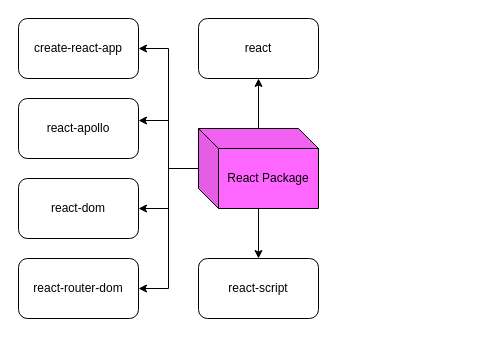
Earlier version of the draw.io diagram My Articles/react/React Packages.drawio (anbarasan-raji/books). Source tidied: cells renumbered, new cells numbered last; positions are measured from the earlier drawing's top-left corner, leaving out a move shared by most shapes. Both pictures are drawn from the tidied source at 100%, with x=0, y=0 at pixel (18, 18).
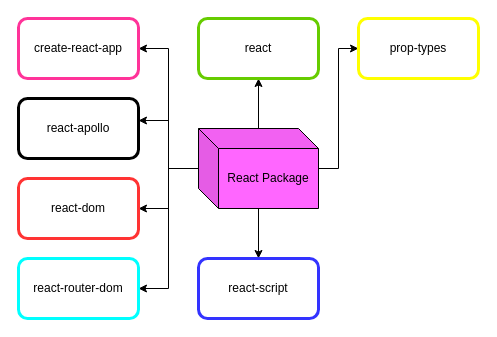
The same page after the edit.

Commit message (it also covers changes not shown here):
React study

The edit, as a diff of the source:
```diff
@@
 <mxGraphModel>
   <root>
     <mxCell id="0" />
     <mxCell id="1" parent="0" />
     <mxCell id="2" style="edgeStyle=orthogonalEdgeStyle;rounded=0;jettySize=auto;html=1;entryX=0.5;entryY=1;entryDx=0;entryDy=0;" parent="1" edge="1" source="8" target="14">
       <mxGeometry relative="1" as="geometry" />
     </mxCell>
     <mxCell id="3" style="edgeStyle=orthogonalEdgeStyle;rounded=0;jettySize=auto;html=1;" parent="1" edge="1" source="8" target="13">
       <mxGeometry relative="1" as="geometry" />
     </mxCell>
     <mxCell id="4" style="edgeStyle=orthogonalEdgeStyle;rounded=0;jettySize=auto;html=1;entryX=1;entryY=0.5;entryDx=0;entryDy=0;" parent="1" edge="1" source="8" target="9">
       <mxGeometry relative="1" as="geometry" />
     </mxCell>
     <mxCell id="5" style="edgeStyle=orthogonalEdgeStyle;rounded=0;jettySize=auto;html=1;entryX=1;entryY=0.367;entryDx=0;entryDy=0;entryPerimeter=0;" parent="1" edge="1" source="8" target="12">
       <mxGeometry relative="1" as="geometry" />
     </mxCell>
     <mxCell id="6" style="edgeStyle=orthogonalEdgeStyle;rounded=0;jettySize=auto;html=1;entryX=1;entryY=0.5;entryDx=0;entryDy=0;" parent="1" edge="1" source="8" target="11">
       <mxGeometry relative="1" as="geometry" />
     </mxCell>
     <mxCell id="7" style="edgeStyle=orthogonalEdgeStyle;rounded=0;jettySize=auto;html=1;entryX=1;entryY=0.5;entryDx=0;entryDy=0;" parent="1" edge="1" source="8" target="10">
       <mxGeometry relative="1" as="geometry" />
     </mxCell>
+    <mxCell id="15" style="edgeStyle=orthogonalEdgeStyle;rounded=0;jettySize=auto;html=1;entryX=0;entryY=0.5;entryDx=0;entryDy=0;" parent="1" edge="1" source="8" target="16">
+      <mxGeometry relative="1" as="geometry" />
+    </mxCell>
     <mxCell id="8" value="React Package" style="shape=cube;whiteSpace=wrap;html=1;boundedLbl=1;backgroundOutline=1;darkOpacity=0.05;darkOpacity2=0.1;fillColor=#FF66FF;" parent="1" vertex="1">
       <mxGeometry x="180" y="110" width="120" height="80" as="geometry" />
     </mxCell>
-    <mxCell id="9" value="create-react-app" style="rounded=1;whiteSpace=wrap;html=1;" parent="1" vertex="1">
+    <mxCell id="9" value="create-react-app" style="rounded=1;whiteSpace=wrap;html=1;strokeWidth=3;strokeColor=#FF3399;" parent="1" vertex="1">
       <mxGeometry width="120" height="60" as="geometry" />
     </mxCell>
-    <mxCell id="10" value="react-router-dom" style="rounded=1;whiteSpace=wrap;html=1;" parent="1" vertex="1">
+    <mxCell id="10" value="react-router-dom" style="rounded=1;whiteSpace=wrap;html=1;strokeWidth=3;fillColor=#ffffff;strokeColor=#00FFFF;" parent="1" vertex="1">
       <mxGeometry y="240" width="120" height="60" as="geometry" />
     </mxCell>
-    <mxCell id="11" value="react-dom" style="rounded=1;whiteSpace=wrap;html=1;" parent="1" vertex="1">
+    <mxCell id="11" value="react-dom" style="rounded=1;whiteSpace=wrap;html=1;strokeWidth=3;strokeColor=#FF3333;" parent="1" vertex="1">
       <mxGeometry y="160" width="120" height="60" as="geometry" />
     </mxCell>
-    <mxCell id="12" value="react-apollo" style="rounded=1;whiteSpace=wrap;html=1;" parent="1" vertex="1">
+    <mxCell id="12" value="react-apollo" style="rounded=1;whiteSpace=wrap;html=1;strokeWidth=3;" parent="1" vertex="1">
       <mxGeometry y="80" width="120" height="60" as="geometry" />
     </mxCell>
-    <mxCell id="13" value="react-script" style="rounded=1;whiteSpace=wrap;html=1;" parent="1" vertex="1">
+    <mxCell id="13" value="react-script" style="rounded=1;whiteSpace=wrap;html=1;strokeWidth=3;strokeColor=#3333FF;" parent="1" vertex="1">
       <mxGeometry x="180" y="240" width="120" height="60" as="geometry" />
     </mxCell>
-    <mxCell id="14" value="react" style="rounded=1;whiteSpace=wrap;html=1;" parent="1" vertex="1">
+    <mxCell id="14" value="react" style="rounded=1;whiteSpace=wrap;html=1;strokeWidth=3;strokeColor=#66CC00;" parent="1" vertex="1">
       <mxGeometry x="180" width="120" height="60" as="geometry" />
     </mxCell>
+    <mxCell id="16" value="prop-types" style="rounded=1;whiteSpace=wrap;html=1;strokeWidth=3;strokeColor=#FFFF00;" parent="1" vertex="1">
+      <mxGeometry x="340" width="120" height="60" as="geometry" />
+    </mxCell>
   </root>
 </mxGraphModel>
```
